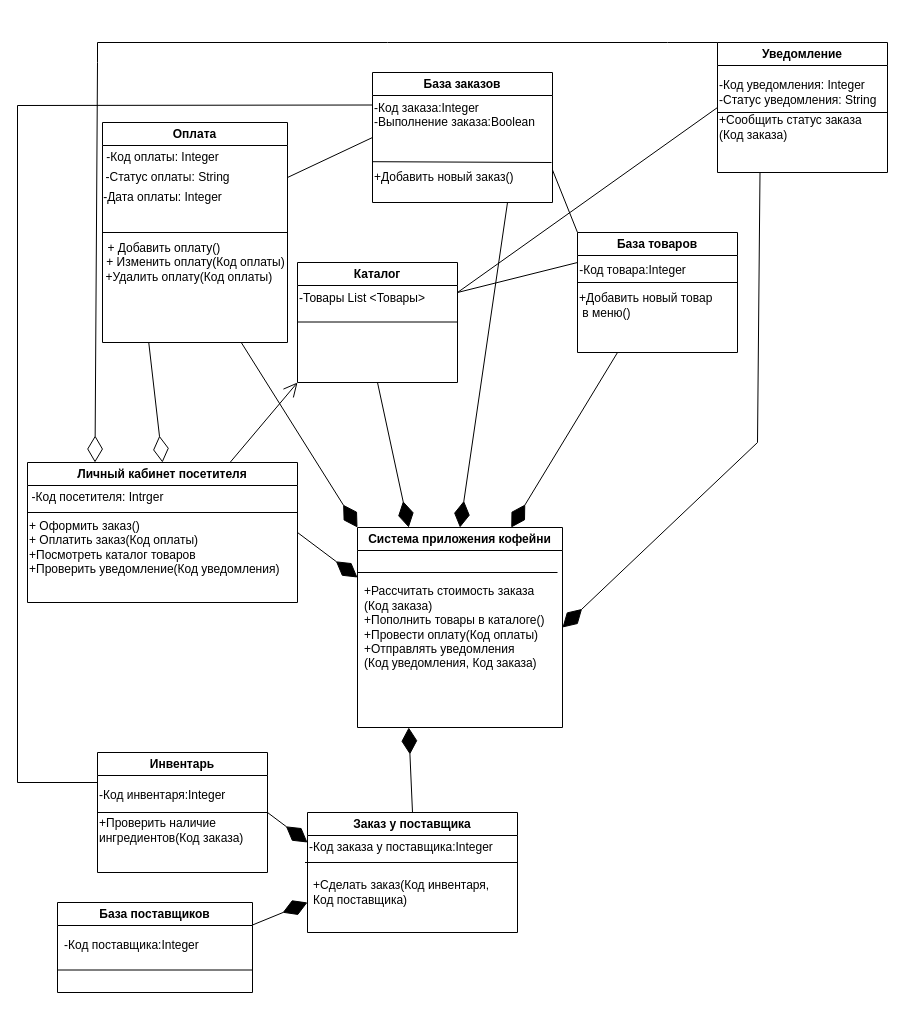
Above: AKMS_5.drawio in mopsin666/AKMS (draw.io), before the change. Source tidied: cells renumbered, new cells numbered last; positions are measured from the earlier drawing's top-left corner, leaving out a move shared by most shapes. Both pictures are drawn from the tidied source at 100%, with x=0, y=0 at pixel (17, 42).
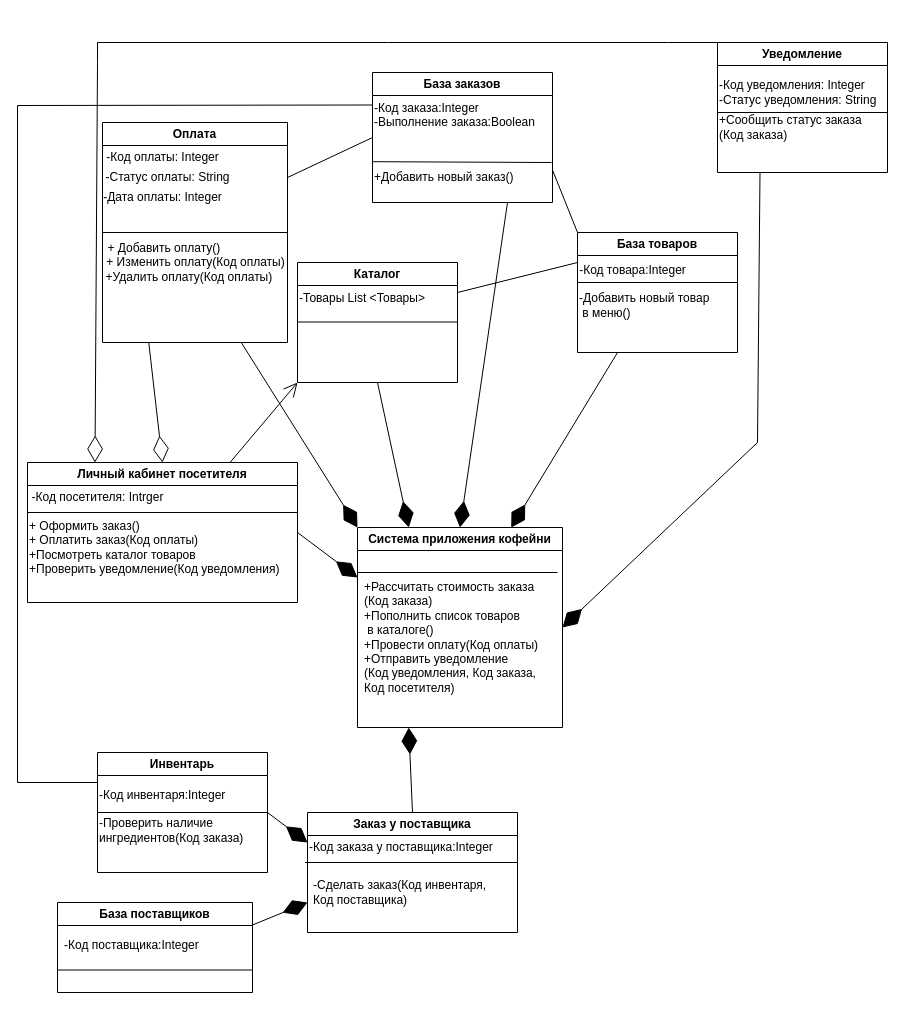
The same page after the edit.

The change refers to these unchanged cells:
```xml
<mxCell id="15" value="Система приложения кофейни" style="swimlane;whiteSpace=wrap;html=1;" parent="1" vertex="1">
  <mxGeometry x="340" y="485" width="205" height="200" as="geometry" />
</mxCell>
<mxCell id="18" value="Уведомление" style="swimlane;whiteSpace=wrap;html=1;" parent="1" vertex="1">
  <mxGeometry x="700" width="170" height="130" as="geometry" />
</mxCell>
<mxCell id="22" value="Инвентарь" style="swimlane;whiteSpace=wrap;html=1;" parent="1" vertex="1">
  <mxGeometry x="80" y="710" width="170" height="120" as="geometry" />
</mxCell>
<mxCell id="28" value="Заказ у поставщика" style="swimlane;whiteSpace=wrap;html=1;" parent="1" vertex="1">
  <mxGeometry x="290" y="770" width="210" height="120" as="geometry" />
</mxCell>
<mxCell id="32" value="Каталог" style="swimlane;whiteSpace=wrap;html=1;" parent="1" vertex="1">
  <mxGeometry x="280" y="220" width="160" height="120" as="geometry" />
</mxCell>
<mxCell id="35" value="База товаров" style="swimlane;whiteSpace=wrap;html=1;" parent="1" vertex="1">
  <mxGeometry x="560" y="190" width="160" height="120" as="geometry" />
</mxCell>
```

Change to the diagram source:
```diff
@@
-    <mxCell id="17" value="+Рассчитать стоимость заказа&lt;div&gt;(Код заказа)&lt;div&gt;+Пополнить товары в каталоге()&lt;/div&gt;&lt;div&gt;+Провести оплату(Код оплаты)&lt;/div&gt;&lt;div&gt;+Отправлять уведомления&lt;/div&gt;&lt;div&gt;(Код уведомления, Код заказа)&lt;/div&gt;&lt;/div&gt;" style="text;html=1;align=left;verticalAlign=middle;strokeColor=none;fillColor=none;" parent="15" vertex="1">
-      <mxGeometry x="5" y="50" width="200" height="100" as="geometry" />
+    <mxCell id="17" value="+Рассчитать стоимость заказа&lt;div&gt;(Код заказа)&lt;div&gt;+Пополнить список товаров&lt;/div&gt;&lt;div&gt;&amp;nbsp;в каталоге()&lt;/div&gt;&lt;div&gt;+Провести оплату(Код оплаты)&lt;/div&gt;&lt;div&gt;+Отправить уведомление&lt;/div&gt;&lt;div&gt;(Код уведомления, Код заказа,&amp;nbsp;&lt;/div&gt;&lt;div&gt;Код посетителя)&lt;/div&gt;&lt;/div&gt;" style="text;html=1;align=left;verticalAlign=middle;strokeColor=none;fillColor=none;" parent="15" vertex="1">
+      <mxGeometry x="5" y="45" width="200" height="130" as="geometry" />
     </mxCell>
@@
-    <mxCell id="23" value="+Проверить наличие&amp;nbsp;&lt;div&gt;ингредиентов(Код заказа)&lt;/div&gt;" style="text;html=1;align=left;verticalAlign=middle;strokeColor=none;fillColor=none;" parent="22" vertex="1">
+    <mxCell id="23" value="-Проверить наличие&amp;nbsp;&lt;div&gt;ингредиентов(Код заказа)&lt;/div&gt;" style="text;html=1;align=left;verticalAlign=middle;strokeColor=none;fillColor=none;" parent="22" vertex="1">
       <mxGeometry y="58" width="170" height="40" as="geometry" />
     </mxCell>
@@
-    <mxCell id="29" value="+Сделать заказ(Код инвентаря,&amp;nbsp;&lt;div&gt;Код поставщика)&lt;/div&gt;" style="text;html=1;align=left;verticalAlign=middle;strokeColor=none;fillColor=none;" parent="28" vertex="1">
+    <mxCell id="29" value="-Сделать заказ(Код инвентаря,&amp;nbsp;&lt;div&gt;Код поставщика)&lt;/div&gt;" style="text;html=1;align=left;verticalAlign=middle;strokeColor=none;fillColor=none;" parent="28" vertex="1">
       <mxGeometry x="4" y="60" width="200" height="40" as="geometry" />
     </mxCell>
@@
-    <mxCell id="38" value="+Добавить новый&amp;nbsp;&lt;span style=&quot;background-color: transparent; color: light-dark(rgb(0, 0, 0), rgb(255, 255, 255));&quot;&gt;товар&lt;/span&gt;&lt;div&gt;&lt;span style=&quot;background-color: transparent; color: light-dark(rgb(0, 0, 0), rgb(255, 255, 255));&quot;&gt;&amp;nbsp;в меню()&lt;/span&gt;&lt;/div&gt;" style="text;html=1;align=left;verticalAlign=middle;strokeColor=none;fillColor=none;" parent="35" vertex="1">
-      <mxGeometry y="53" width="160" height="40" as="geometry" />
+    <mxCell id="38" value="-Добавить новый&amp;nbsp;&lt;span style=&quot;background-color: transparent; color: light-dark(rgb(0, 0, 0), rgb(255, 255, 255));&quot;&gt;товар&lt;/span&gt;&lt;div&gt;&lt;span style=&quot;background-color: transparent; color: light-dark(rgb(0, 0, 0), rgb(255, 255, 255));&quot;&gt;&amp;nbsp;в меню()&lt;/span&gt;&lt;/div&gt;" style="text;html=1;align=left;verticalAlign=middle;strokeColor=none;fillColor=none;" parent="35" vertex="1">
+      <mxGeometry y="53" width="150" height="40" as="geometry" />
     </mxCell>
@@
-    <mxCell id="52" style="endArrow=none;html=1;rounded=0;exitX=1;exitY=0.25;exitDx=0;exitDy=0;entryX=0;entryY=0.5;entryDx=0;entryDy=0;" parent="1" edge="1" source="32" target="18">
-      <mxGeometry relative="1" as="geometry" />
-    </mxCell>
```
